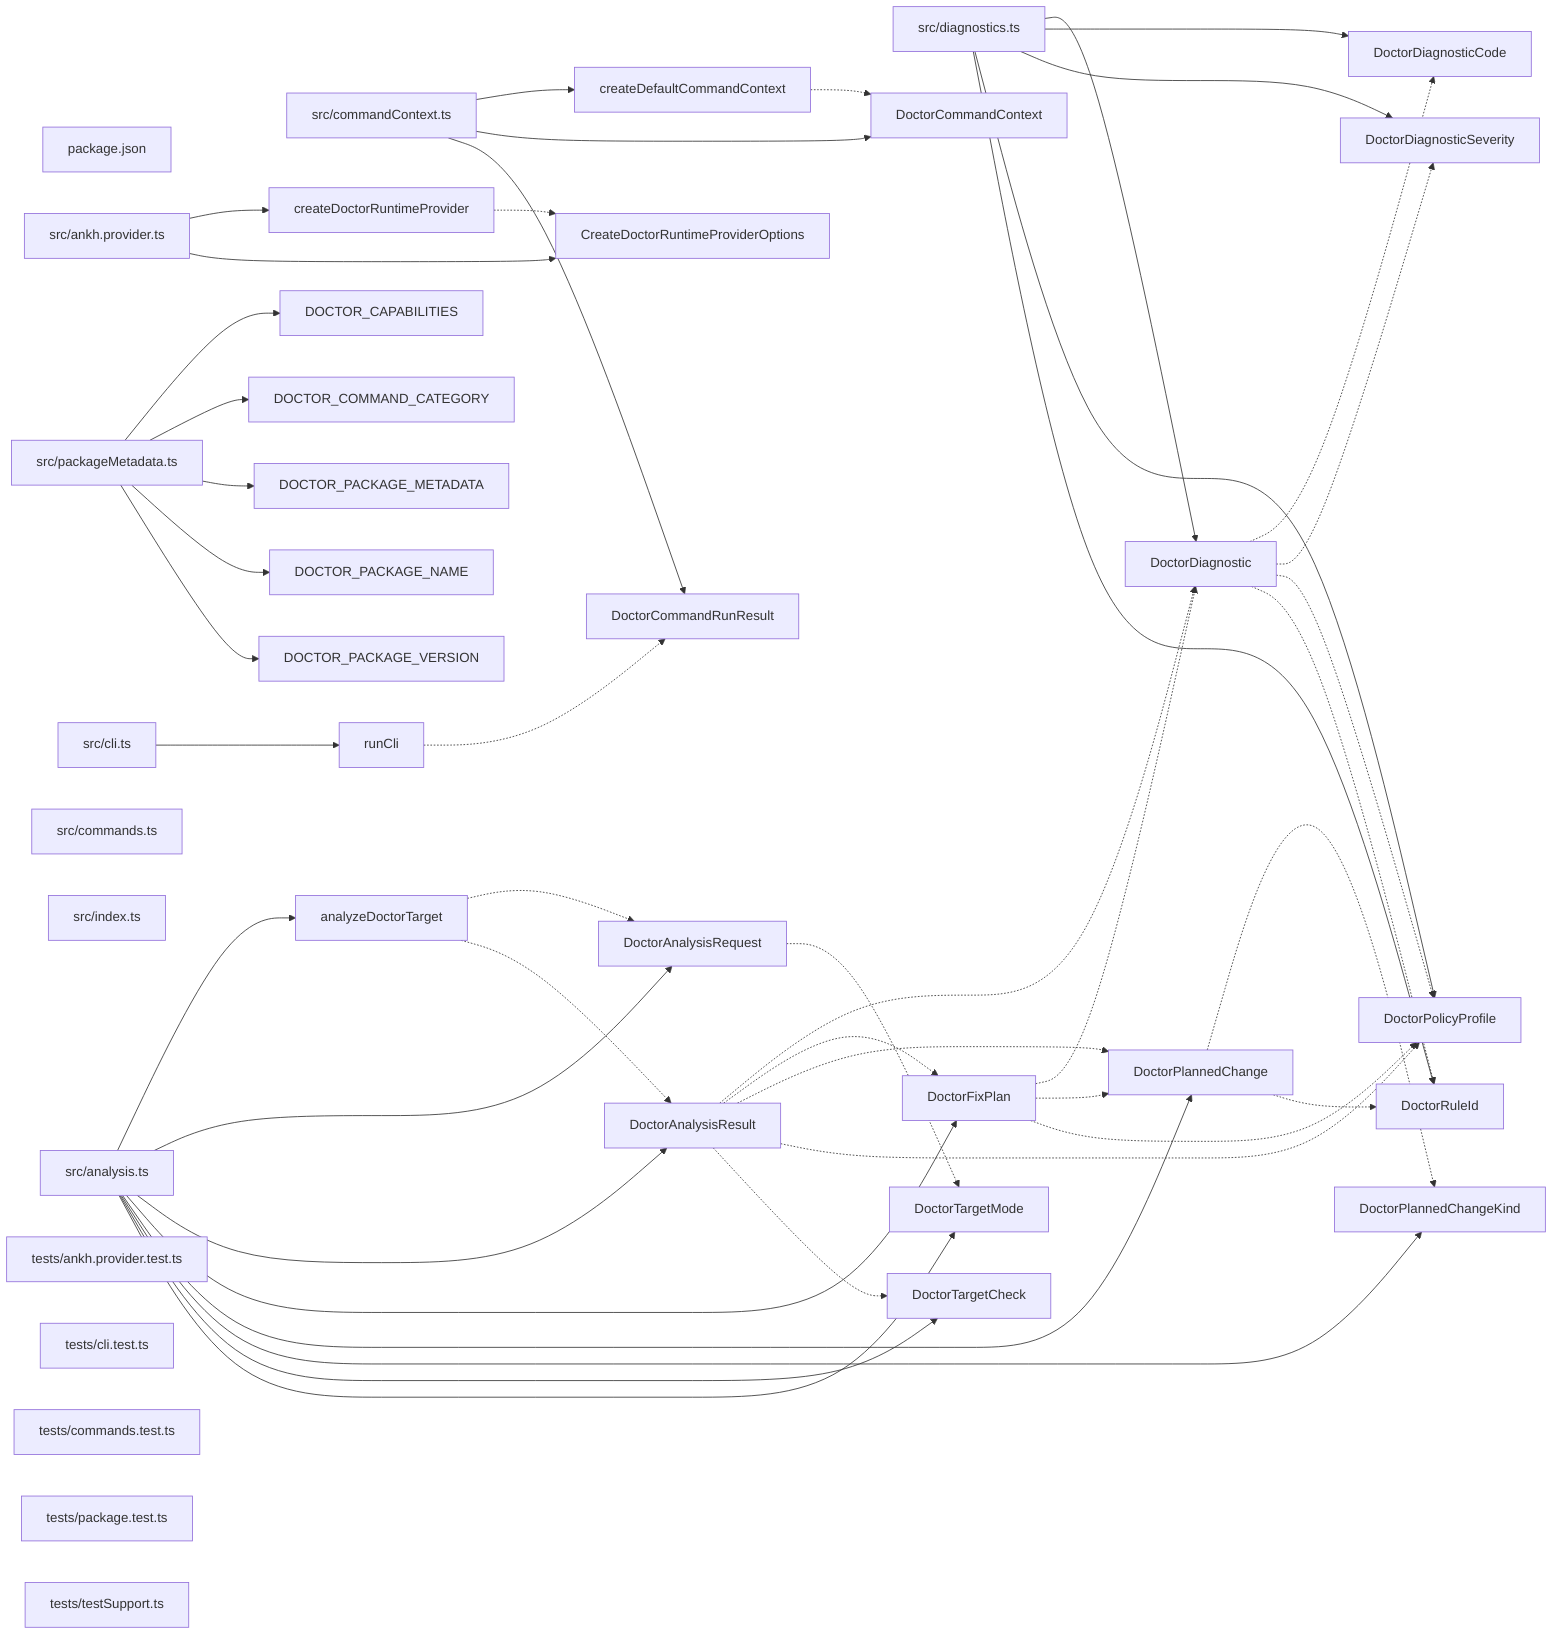
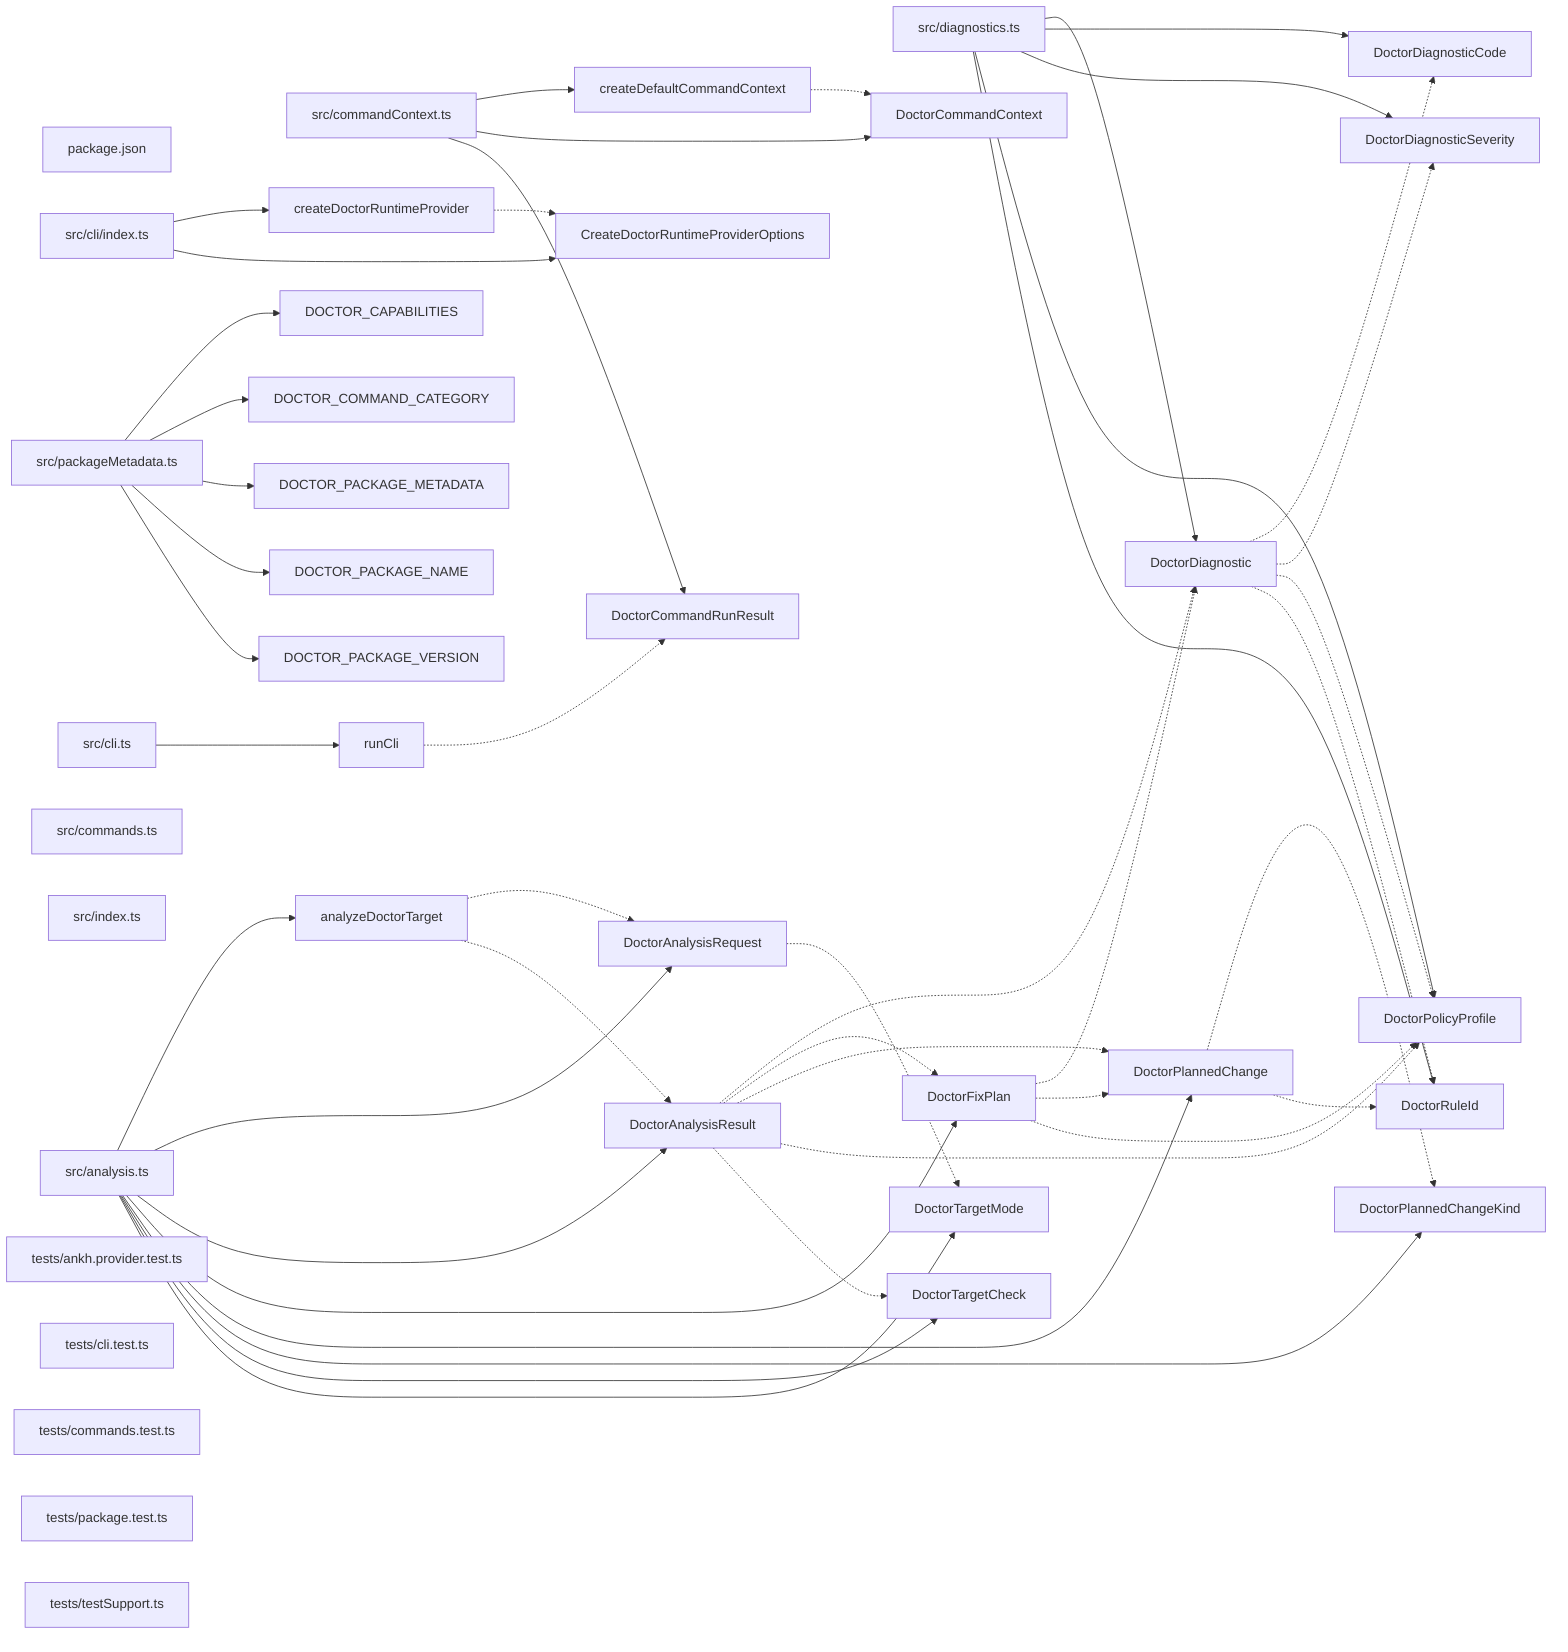
graph LR
  module_package_json["package.json"]
  module_src_analysis_ts["src/analysis.ts"]
-   module_src_ankh_provider_ts["src/ankh.provider.ts"]
  module_src_cli_ts["src/cli.ts"]
+   module_src_cli_index_ts["src/cli/index.ts"]
  module_src_commandContext_ts["src/commandContext.ts"]
  module_src_commands_ts["src/commands.ts"]
  module_src_diagnostics_ts["src/diagnostics.ts"]
  module_src_index_ts["src/index.ts"]
  module_src_packageMetadata_ts["src/packageMetadata.ts"]
  module_tests_ankh_provider_test_ts["tests/ankh.provider.test.ts"]
  module_tests_cli_test_ts["tests/cli.test.ts"]
  module_tests_commands_test_ts["tests/commands.test.ts"]
  module_tests_package_test_ts["tests/package.test.ts"]
  module_tests_testSupport_ts["tests/testSupport.ts"]
  export_analyzeDoctorTarget["analyzeDoctorTarget"]
  module_src_analysis_ts --> export_analyzeDoctorTarget
  export_analyzeDoctorTarget -.-> export_DoctorAnalysisRequest
  export_analyzeDoctorTarget -.-> export_DoctorAnalysisResult
  export_createDefaultCommandContext["createDefaultCommandContext"]
  module_src_commandContext_ts --> export_createDefaultCommandContext
  export_createDefaultCommandContext -.-> export_DoctorCommandContext
  export_createDoctorRuntimeProvider["createDoctorRuntimeProvider"]
-   module_src_ankh_provider_ts --> export_createDoctorRuntimeProvider
+   module_src_cli_index_ts --> export_createDoctorRuntimeProvider
  export_createDoctorRuntimeProvider -.-> export_CreateDoctorRuntimeProviderOptions
  export_CreateDoctorRuntimeProviderOptions["CreateDoctorRuntimeProviderOptions"]
-   module_src_ankh_provider_ts --> export_CreateDoctorRuntimeProviderOptions
+   module_src_cli_index_ts --> export_CreateDoctorRuntimeProviderOptions
  export_DOCTOR_CAPABILITIES["DOCTOR_CAPABILITIES"]
  module_src_packageMetadata_ts --> export_DOCTOR_CAPABILITIES
  export_DOCTOR_COMMAND_CATEGORY["DOCTOR_COMMAND_CATEGORY"]
  module_src_packageMetadata_ts --> export_DOCTOR_COMMAND_CATEGORY
  export_DOCTOR_PACKAGE_METADATA["DOCTOR_PACKAGE_METADATA"]
  module_src_packageMetadata_ts --> export_DOCTOR_PACKAGE_METADATA
  export_DOCTOR_PACKAGE_NAME["DOCTOR_PACKAGE_NAME"]
  module_src_packageMetadata_ts --> export_DOCTOR_PACKAGE_NAME
  export_DOCTOR_PACKAGE_VERSION["DOCTOR_PACKAGE_VERSION"]
  module_src_packageMetadata_ts --> export_DOCTOR_PACKAGE_VERSION
  export_DoctorAnalysisRequest["DoctorAnalysisRequest"]
  module_src_analysis_ts --> export_DoctorAnalysisRequest
  export_DoctorAnalysisRequest -.-> export_DoctorTargetMode
  export_DoctorAnalysisResult["DoctorAnalysisResult"]
  module_src_analysis_ts --> export_DoctorAnalysisResult
  export_DoctorAnalysisResult -.-> export_DoctorDiagnostic
  export_DoctorAnalysisResult -.-> export_DoctorFixPlan
  export_DoctorAnalysisResult -.-> export_DoctorPlannedChange
  export_DoctorAnalysisResult -.-> export_DoctorPolicyProfile
  export_DoctorAnalysisResult -.-> export_DoctorTargetCheck
  export_DoctorCommandContext["DoctorCommandContext"]
  module_src_commandContext_ts --> export_DoctorCommandContext
  export_DoctorCommandRunResult["DoctorCommandRunResult"]
  module_src_commandContext_ts --> export_DoctorCommandRunResult
  export_DoctorDiagnostic["DoctorDiagnostic"]
  module_src_diagnostics_ts --> export_DoctorDiagnostic
  export_DoctorDiagnostic -.-> export_DoctorDiagnosticCode
  export_DoctorDiagnostic -.-> export_DoctorDiagnosticSeverity
  export_DoctorDiagnostic -.-> export_DoctorPolicyProfile
  export_DoctorDiagnostic -.-> export_DoctorRuleId
  export_DoctorDiagnosticCode["DoctorDiagnosticCode"]
  module_src_diagnostics_ts --> export_DoctorDiagnosticCode
  export_DoctorDiagnosticSeverity["DoctorDiagnosticSeverity"]
  module_src_diagnostics_ts --> export_DoctorDiagnosticSeverity
  export_DoctorFixPlan["DoctorFixPlan"]
  module_src_analysis_ts --> export_DoctorFixPlan
  export_DoctorFixPlan -.-> export_DoctorDiagnostic
  export_DoctorFixPlan -.-> export_DoctorPlannedChange
  export_DoctorFixPlan -.-> export_DoctorPolicyProfile
  export_DoctorPlannedChange["DoctorPlannedChange"]
  module_src_analysis_ts --> export_DoctorPlannedChange
  export_DoctorPlannedChange -.-> export_DoctorPlannedChangeKind
  export_DoctorPlannedChange -.-> export_DoctorRuleId
  export_DoctorPlannedChangeKind["DoctorPlannedChangeKind"]
  module_src_analysis_ts --> export_DoctorPlannedChangeKind
  export_DoctorPolicyProfile["DoctorPolicyProfile"]
  module_src_diagnostics_ts --> export_DoctorPolicyProfile
  export_DoctorRuleId["DoctorRuleId"]
  module_src_diagnostics_ts --> export_DoctorRuleId
  export_DoctorTargetCheck["DoctorTargetCheck"]
  module_src_analysis_ts --> export_DoctorTargetCheck
  export_DoctorTargetMode["DoctorTargetMode"]
  module_src_analysis_ts --> export_DoctorTargetMode
  export_runCli["runCli"]
  module_src_cli_ts --> export_runCli
  export_runCli -.-> export_DoctorCommandRunResult
